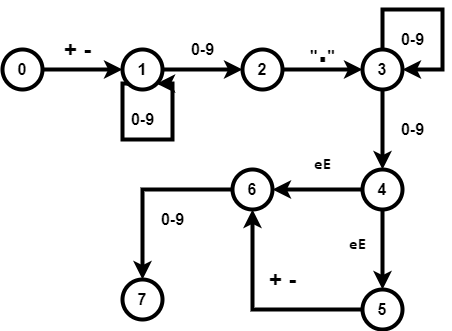
The draw.io diagram Untitled Diagram.png in nikit34/lab_sp4, before a commit. Source tidied: cells renumbered, new cells last; positions are measured from the earlier drawing's top-left corner, leaving out a move shared by most shapes. Source of this version:
```xml
<mxGraphModel>
  <root>
    <mxCell id="0" />
    <mxCell id="1" parent="0" />
    <mxCell id="2" style="edgeStyle=orthogonalEdgeStyle;rounded=0;jettySize=auto;html=1;strokeWidth=4;" parent="1" edge="1" source="3" target="5">
      <mxGeometry relative="1" as="geometry" />
    </mxCell>
    <mxCell id="3" value="&lt;font style=&quot;font-size: 16px&quot;&gt;&lt;b&gt;0&lt;/b&gt;&lt;/font&gt;" style="ellipse;whiteSpace=wrap;html=1;strokeWidth=4;" parent="1" vertex="1">
      <mxGeometry y="40" width="40" height="40" as="geometry" />
    </mxCell>
    <mxCell id="4" style="edgeStyle=orthogonalEdgeStyle;rounded=0;jettySize=auto;html=1;strokeWidth=4;" parent="1" edge="1" source="5" target="7">
      <mxGeometry relative="1" as="geometry" />
    </mxCell>
    <mxCell id="5" value="&lt;b&gt;&lt;font style=&quot;font-size: 17px&quot;&gt;1&lt;/font&gt;&lt;/b&gt;" style="ellipse;whiteSpace=wrap;html=1;strokeWidth=4;" parent="1" vertex="1">
      <mxGeometry x="120" y="40" width="40" height="40" as="geometry" />
    </mxCell>
    <mxCell id="6" style="edgeStyle=orthogonalEdgeStyle;rounded=0;jettySize=auto;html=1;strokeWidth=4;" parent="1" edge="1" source="7" target="9">
      <mxGeometry relative="1" as="geometry" />
    </mxCell>
    <mxCell id="7" value="&lt;font style=&quot;font-size: 16px&quot;&gt;&lt;b&gt;2&lt;/b&gt;&lt;/font&gt;" style="ellipse;whiteSpace=wrap;html=1;strokeWidth=4;" parent="1" vertex="1">
      <mxGeometry x="240" y="40" width="40" height="40" as="geometry" />
    </mxCell>
    <mxCell id="8" style="edgeStyle=orthogonalEdgeStyle;rounded=0;jettySize=auto;html=1;strokeWidth=4;" parent="1" edge="1" source="9">
      <mxGeometry relative="1" as="geometry">
        <mxPoint x="380" y="160" as="targetPoint" />
      </mxGeometry>
    </mxCell>
    <mxCell id="9" value="&lt;b style=&quot;font-size: 16px&quot;&gt;3&lt;/b&gt;" style="ellipse;whiteSpace=wrap;html=1;strokeWidth=4;" parent="1" vertex="1">
      <mxGeometry x="360" y="40" width="40" height="40" as="geometry" />
    </mxCell>
    <mxCell id="10" value="&lt;b&gt;&lt;font style=&quot;font-size: 23px&quot;&gt;+ -&lt;/font&gt;&lt;/b&gt;" style="text;html=1;align=center;verticalAlign=middle;" parent="1" vertex="1">
      <mxGeometry x="55" y="30" width="40" height="20" as="geometry" />
    </mxCell>
    <mxCell id="11" style="edgeStyle=orthogonalEdgeStyle;rounded=0;orthogonalLoop=1;jettySize=auto;html=1;exitX=0;exitY=1;exitDx=0;exitDy=0;strokeWidth=4;entryX=1;entryY=1;entryDx=0;entryDy=0;" parent="1" edge="1" source="5" target="5">
      <mxGeometry relative="1" as="geometry">
        <Array as="points">
          <mxPoint x="120" y="74" />
          <mxPoint x="120" y="130" />
          <mxPoint x="170" y="130" />
          <mxPoint x="170" y="74" />
        </Array>
      </mxGeometry>
    </mxCell>
    <mxCell id="12" value="&lt;b&gt;&lt;font style=&quot;font-size: 16px&quot;&gt;0-9&lt;/font&gt;&lt;/b&gt;" style="text;html=1;align=center;verticalAlign=middle;" parent="1" vertex="1">
      <mxGeometry x="120" y="100" width="40" height="20" as="geometry" />
    </mxCell>
    <mxCell id="13" value="&lt;b&gt;&lt;font style=&quot;font-size: 16px&quot;&gt;0-9&lt;/font&gt;&lt;/b&gt;" style="text;html=1;align=center;verticalAlign=middle;" parent="1" vertex="1">
      <mxGeometry x="180" y="30" width="40" height="20" as="geometry" />
    </mxCell>
    <mxCell id="14" value="&lt;b&gt;&lt;font style=&quot;font-size: 16px&quot;&gt;&quot;&lt;/font&gt;&lt;font style=&quot;font-size: 35px&quot;&gt;.&lt;/font&gt;&lt;font style=&quot;font-size: 16px&quot;&gt;&quot;&lt;/font&gt;&lt;/b&gt;" style="text;html=1;align=center;verticalAlign=middle;" parent="1" vertex="1">
      <mxGeometry x="300" y="25" width="40" height="30" as="geometry" />
    </mxCell>
    <mxCell id="15" style="edgeStyle=orthogonalEdgeStyle;rounded=0;jettySize=auto;html=1;strokeWidth=4;" parent="1" edge="1" source="17">
      <mxGeometry relative="1" as="geometry">
        <mxPoint x="270" y="180" as="targetPoint" />
      </mxGeometry>
    </mxCell>
    <mxCell id="16" style="edgeStyle=orthogonalEdgeStyle;rounded=0;jettySize=auto;html=1;exitX=0.5;exitY=1;exitDx=0;exitDy=0;strokeWidth=4;" parent="1" edge="1" source="17">
      <mxGeometry relative="1" as="geometry">
        <mxPoint x="380" y="280" as="targetPoint" />
      </mxGeometry>
    </mxCell>
    <mxCell id="17" value="&lt;span style=&quot;font-size: 16px&quot;&gt;&lt;b&gt;4&lt;/b&gt;&lt;/span&gt;" style="ellipse;whiteSpace=wrap;html=1;strokeWidth=4;" parent="1" vertex="1">
      <mxGeometry x="360" y="160" width="40" height="40" as="geometry" />
    </mxCell>
    <mxCell id="18" style="edgeStyle=orthogonalEdgeStyle;rounded=0;orthogonalLoop=1;jettySize=auto;html=1;exitX=0.5;exitY=0;exitDx=0;exitDy=0;entryX=1;entryY=0.5;entryDx=0;entryDy=0;strokeWidth=4;" parent="1" edge="1" source="9" target="9">
      <mxGeometry relative="1" as="geometry">
        <Array as="points">
          <mxPoint x="380" />
          <mxPoint x="440" />
          <mxPoint x="440" y="60" />
        </Array>
      </mxGeometry>
    </mxCell>
    <mxCell id="19" value="&lt;font style=&quot;font-size: 16px&quot;&gt;&lt;b&gt;0-9&lt;/b&gt;&lt;/font&gt;" style="text;html=1;align=center;verticalAlign=middle;" parent="1" vertex="1">
      <mxGeometry x="390" y="20" width="40" height="20" as="geometry" />
    </mxCell>
    <mxCell id="20" value="&lt;font style=&quot;font-size: 16px&quot;&gt;&lt;b&gt;0-9&lt;/b&gt;&lt;/font&gt;" style="text;html=1;align=center;verticalAlign=middle;" parent="1" vertex="1">
      <mxGeometry x="390" y="110" width="40" height="20" as="geometry" />
    </mxCell>
    <mxCell id="21" style="edgeStyle=orthogonalEdgeStyle;rounded=0;jettySize=auto;html=1;strokeWidth=4;shadow=0;sketch=0;exitX=0;exitY=0.5;exitDx=0;exitDy=0;entryX=0.5;entryY=1;entryDx=0;entryDy=0;" parent="1" edge="1" source="24" target="23">
      <mxGeometry relative="1" as="geometry" />
    </mxCell>
    <mxCell id="22" style="edgeStyle=orthogonalEdgeStyle;rounded=0;sketch=0;jettySize=auto;html=1;exitX=0;exitY=0.5;exitDx=0;exitDy=0;shadow=0;strokeWidth=4;entryX=0.5;entryY=0;entryDx=0;entryDy=0;" parent="1" edge="1" source="23" target="27">
      <mxGeometry relative="1" as="geometry" />
    </mxCell>
    <mxCell id="23" value="&lt;span style=&quot;font-size: 16px&quot;&gt;&lt;b&gt;6&lt;/b&gt;&lt;/span&gt;" style="ellipse;whiteSpace=wrap;html=1;strokeWidth=4;" parent="1" vertex="1">
      <mxGeometry x="230" y="160" width="40" height="40" as="geometry" />
    </mxCell>
    <mxCell id="24" value="&lt;span style=&quot;font-size: 16px&quot;&gt;&lt;b&gt;5&lt;/b&gt;&lt;/span&gt;" style="ellipse;whiteSpace=wrap;html=1;strokeWidth=4;" parent="1" vertex="1">
      <mxGeometry x="360" y="280" width="40" height="40" as="geometry" />
    </mxCell>
    <mxCell id="25" value="&lt;div style=&quot;background-color: rgb(255 , 255 , 255) ; font-family: &amp;#34;consolas&amp;#34; , &amp;#34;courier new&amp;#34; , monospace ; line-height: 19px&quot;&gt;&lt;font style=&quot;font-size: 16px&quot;&gt;&lt;b&gt;eE&lt;/b&gt;&lt;/font&gt;&lt;/div&gt;" style="text;html=1;align=center;verticalAlign=middle;" parent="1" vertex="1">
      <mxGeometry x="305" y="140" width="30" height="30" as="geometry" />
    </mxCell>
    <mxCell id="26" value="&lt;div style=&quot;background-color: rgb(255 , 255 , 255) ; font-family: &amp;#34;consolas&amp;#34; , &amp;#34;courier new&amp;#34; , monospace ; line-height: 19px&quot;&gt;&lt;font style=&quot;font-size: 16px&quot;&gt;&lt;b&gt;eE&lt;/b&gt;&lt;/font&gt;&lt;/div&gt;" style="text;html=1;align=center;verticalAlign=middle;" parent="1" vertex="1">
      <mxGeometry x="340" y="220" width="30" height="30" as="geometry" />
    </mxCell>
    <mxCell id="27" value="&lt;span style=&quot;font-size: 16px&quot;&gt;&lt;b&gt;7&lt;br&gt;&lt;/b&gt;&lt;/span&gt;" style="ellipse;whiteSpace=wrap;html=1;strokeWidth=4;" parent="1" vertex="1">
      <mxGeometry x="120" y="270" width="40" height="40" as="geometry" />
    </mxCell>
    <mxCell id="28" value="&lt;font style=&quot;font-size: 16px&quot;&gt;&lt;b&gt;0-9&lt;/b&gt;&lt;/font&gt;" style="text;html=1;align=center;verticalAlign=middle;" parent="1" vertex="1">
      <mxGeometry x="150" y="200" width="40" height="20" as="geometry" />
    </mxCell>
    <mxCell id="29" value="&lt;b&gt;&lt;font style=&quot;font-size: 23px&quot;&gt;+ -&lt;/font&gt;&lt;/b&gt;" style="text;html=1;align=center;verticalAlign=middle;" parent="1" vertex="1">
      <mxGeometry x="260" y="260" width="40" height="20" as="geometry" />
    </mxCell>
  </root>
</mxGraphModel>
```
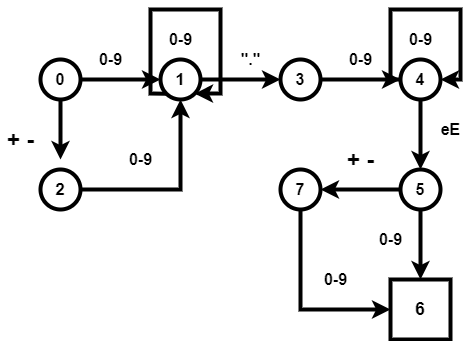
Above is the later version.

What changed in the source:
```diff
@@ -5,6 +5,11 @@
     <mxCell id="2" style="edgeStyle=orthogonalEdgeStyle;rounded=0;jettySize=auto;html=1;strokeWidth=4;" parent="1" edge="1" source="3" target="5">
       <mxGeometry relative="1" as="geometry" />
     </mxCell>
+    <mxCell id="30" style="edgeStyle=orthogonalEdgeStyle;rounded=0;jettySize=auto;html=1;strokeWidth=4;" parent="1" edge="1" source="3">
+      <mxGeometry relative="1" as="geometry">
+        <mxPoint x="20" y="140" as="targetPoint" />
+      </mxGeometry>
+    </mxCell>
     <mxCell id="3" value="&lt;font style=&quot;font-size: 16px&quot;&gt;&lt;b&gt;0&lt;/b&gt;&lt;/font&gt;" style="ellipse;whiteSpace=wrap;html=1;strokeWidth=4;" parent="1" vertex="1">
       <mxGeometry y="40" width="40" height="40" as="geometry" />
     </mxCell>
@@ -17,93 +22,95 @@
     <mxCell id="6" style="edgeStyle=orthogonalEdgeStyle;rounded=0;jettySize=auto;html=1;strokeWidth=4;" parent="1" edge="1" source="7" target="9">
       <mxGeometry relative="1" as="geometry" />
     </mxCell>
-    <mxCell id="7" value="&lt;font style=&quot;font-size: 16px&quot;&gt;&lt;b&gt;2&lt;/b&gt;&lt;/font&gt;" style="ellipse;whiteSpace=wrap;html=1;strokeWidth=4;" parent="1" vertex="1">
+    <mxCell id="7" value="&lt;font style=&quot;font-size: 16px&quot;&gt;&lt;b&gt;3&lt;/b&gt;&lt;/font&gt;" style="ellipse;whiteSpace=wrap;html=1;strokeWidth=4;" parent="1" vertex="1">
       <mxGeometry x="240" y="40" width="40" height="40" as="geometry" />
     </mxCell>
-    <mxCell id="8" style="edgeStyle=orthogonalEdgeStyle;rounded=0;jettySize=auto;html=1;strokeWidth=4;" parent="1" edge="1" source="9">
-      <mxGeometry relative="1" as="geometry">
-        <mxPoint x="380" y="160" as="targetPoint" />
-      </mxGeometry>
-    </mxCell>
+    <mxCell id="31" style="edgeStyle=orthogonalEdgeStyle;rounded=0;jettySize=auto;html=1;strokeWidth=4;entryX=0.5;entryY=0;entryDx=0;entryDy=0;" parent="1" edge="1" source="9" target="24">
+      <mxGeometry relative="1" as="geometry" />
+    </mxCell>
-    <mxCell id="9" value="&lt;b style=&quot;font-size: 16px&quot;&gt;3&lt;/b&gt;" style="ellipse;whiteSpace=wrap;html=1;strokeWidth=4;" parent="1" vertex="1">
+    <mxCell id="9" value="&lt;b style=&quot;font-size: 16px&quot;&gt;4&lt;/b&gt;" style="ellipse;whiteSpace=wrap;html=1;strokeWidth=4;" parent="1" vertex="1">
       <mxGeometry x="360" y="40" width="40" height="40" as="geometry" />
     </mxCell>
     <mxCell id="10" value="&lt;b&gt;&lt;font style=&quot;font-size: 23px&quot;&gt;+ -&lt;/font&gt;&lt;/b&gt;" style="text;html=1;align=center;verticalAlign=middle;" parent="1" vertex="1">
-      <mxGeometry x="55" y="30" width="40" height="20" as="geometry" />
+      <mxGeometry x="-40" y="110" width="40" height="20" as="geometry" />
     </mxCell>
     <mxCell id="11" style="edgeStyle=orthogonalEdgeStyle;rounded=0;orthogonalLoop=1;jettySize=auto;html=1;exitX=0;exitY=1;exitDx=0;exitDy=0;strokeWidth=4;entryX=1;entryY=1;entryDx=0;entryDy=0;" parent="1" edge="1" source="5" target="5">
       <mxGeometry relative="1" as="geometry">
         <Array as="points">
-          <mxPoint x="120" y="74" />
-          <mxPoint x="120" y="130" />
-          <mxPoint x="170" y="130" />
-          <mxPoint x="170" y="74" />
+          <mxPoint x="110" y="74" />
+          <mxPoint x="110" y="-10" />
+          <mxPoint x="180" y="-10" />
+          <mxPoint x="180" y="74" />
         </Array>
       </mxGeometry>
     </mxCell>
     <mxCell id="12" value="&lt;b&gt;&lt;font style=&quot;font-size: 16px&quot;&gt;0-9&lt;/font&gt;&lt;/b&gt;" style="text;html=1;align=center;verticalAlign=middle;" parent="1" vertex="1">
-      <mxGeometry x="120" y="100" width="40" height="20" as="geometry" />
+      <mxGeometry x="120" y="10" width="40" height="20" as="geometry" />
     </mxCell>
-    <mxCell id="13" value="&lt;b&gt;&lt;font style=&quot;font-size: 16px&quot;&gt;0-9&lt;/font&gt;&lt;/b&gt;" style="text;html=1;align=center;verticalAlign=middle;" parent="1" vertex="1">
-      <mxGeometry x="180" y="30" width="40" height="20" as="geometry" />
-    </mxCell>
-    <mxCell id="14" value="&lt;b&gt;&lt;font style=&quot;font-size: 16px&quot;&gt;&quot;&lt;/font&gt;&lt;font style=&quot;font-size: 35px&quot;&gt;.&lt;/font&gt;&lt;font style=&quot;font-size: 16px&quot;&gt;&quot;&lt;/font&gt;&lt;/b&gt;" style="text;html=1;align=center;verticalAlign=middle;" parent="1" vertex="1">
-      <mxGeometry x="300" y="25" width="40" height="30" as="geometry" />
+    <mxCell id="14" value="&lt;b&gt;&lt;font style=&quot;font-size: 16px&quot;&gt;&quot;.&quot;&lt;/font&gt;&lt;/b&gt;" style="text;html=1;align=center;verticalAlign=middle;" parent="1" vertex="1">
+      <mxGeometry x="190" y="30" width="40" height="20" as="geometry" />
     </mxCell>
-    <mxCell id="15" style="edgeStyle=orthogonalEdgeStyle;rounded=0;jettySize=auto;html=1;strokeWidth=4;" parent="1" edge="1" source="17">
-      <mxGeometry relative="1" as="geometry">
-        <mxPoint x="270" y="180" as="targetPoint" />
-      </mxGeometry>
-    </mxCell>
-    <mxCell id="16" style="edgeStyle=orthogonalEdgeStyle;rounded=0;jettySize=auto;html=1;exitX=0.5;exitY=1;exitDx=0;exitDy=0;strokeWidth=4;" parent="1" edge="1" source="17">
-      <mxGeometry relative="1" as="geometry">
-        <mxPoint x="380" y="280" as="targetPoint" />
-      </mxGeometry>
-    </mxCell>
-    <mxCell id="17" value="&lt;span style=&quot;font-size: 16px&quot;&gt;&lt;b&gt;4&lt;/b&gt;&lt;/span&gt;" style="ellipse;whiteSpace=wrap;html=1;strokeWidth=4;" parent="1" vertex="1">
-      <mxGeometry x="360" y="160" width="40" height="40" as="geometry" />
-    </mxCell>
+    <mxCell id="32" style="edgeStyle=orthogonalEdgeStyle;rounded=0;jettySize=auto;html=1;entryX=0.5;entryY=1;entryDx=0;entryDy=0;strokeWidth=4;" parent="1" edge="1" source="33" target="5">
+      <mxGeometry relative="1" as="geometry" />
+    </mxCell>
+    <mxCell id="33" value="&lt;b&gt;&lt;font style=&quot;font-size: 17px&quot;&gt;2&lt;/font&gt;&lt;/b&gt;" style="ellipse;whiteSpace=wrap;html=1;strokeWidth=4;" parent="1" vertex="1">
+      <mxGeometry y="150" width="40" height="40" as="geometry" />
+    </mxCell>
+    <mxCell id="34" value="&lt;b&gt;&lt;font style=&quot;font-size: 16px&quot;&gt;0-9&lt;/font&gt;&lt;/b&gt;" style="text;html=1;align=center;verticalAlign=middle;" parent="1" vertex="1">
+      <mxGeometry x="50" y="30" width="40" height="20" as="geometry" />
+    </mxCell>
+    <mxCell id="35" value="&lt;b&gt;&lt;font style=&quot;font-size: 16px&quot;&gt;0-9&lt;/font&gt;&lt;/b&gt;" style="text;html=1;align=center;verticalAlign=middle;" parent="1" vertex="1">
+      <mxGeometry x="80" y="130" width="40" height="20" as="geometry" />
+    </mxCell>
+    <mxCell id="36" value="&lt;b&gt;&lt;font style=&quot;font-size: 16px&quot;&gt;0-9&lt;/font&gt;&lt;/b&gt;" style="text;html=1;align=center;verticalAlign=middle;" parent="1" vertex="1">
+      <mxGeometry x="300" y="30" width="40" height="20" as="geometry" />
+    </mxCell>
-    <mxCell id="18" style="edgeStyle=orthogonalEdgeStyle;rounded=0;orthogonalLoop=1;jettySize=auto;html=1;exitX=0.5;exitY=0;exitDx=0;exitDy=0;entryX=1;entryY=0.5;entryDx=0;entryDy=0;strokeWidth=4;" parent="1" edge="1" source="9" target="9">
+    <mxCell id="18" style="edgeStyle=orthogonalEdgeStyle;rounded=0;orthogonalLoop=1;jettySize=auto;html=1;entryX=1;entryY=0.5;entryDx=0;entryDy=0;strokeWidth=4;" parent="1" edge="1" source="9" target="9">
       <mxGeometry relative="1" as="geometry">
         <Array as="points">
-          <mxPoint x="380" />
-          <mxPoint x="440" />
-          <mxPoint x="440" y="60" />
+          <mxPoint x="350" y="60" />
+          <mxPoint x="350" y="-10" />
+          <mxPoint x="420" y="-10" />
+          <mxPoint x="420" y="60" />
         </Array>
       </mxGeometry>
     </mxCell>
-    <mxCell id="19" value="&lt;font style=&quot;font-size: 16px&quot;&gt;&lt;b&gt;0-9&lt;/b&gt;&lt;/font&gt;" style="text;html=1;align=center;verticalAlign=middle;" parent="1" vertex="1">
-      <mxGeometry x="390" y="20" width="40" height="20" as="geometry" />
-    </mxCell>
-    <mxCell id="20" value="&lt;font style=&quot;font-size: 16px&quot;&gt;&lt;b&gt;0-9&lt;/b&gt;&lt;/font&gt;" style="text;html=1;align=center;verticalAlign=middle;" parent="1" vertex="1">
-      <mxGeometry x="390" y="110" width="40" height="20" as="geometry" />
-    </mxCell>
-    <mxCell id="21" style="edgeStyle=orthogonalEdgeStyle;rounded=0;jettySize=auto;html=1;strokeWidth=4;shadow=0;sketch=0;exitX=0;exitY=0.5;exitDx=0;exitDy=0;entryX=0.5;entryY=1;entryDx=0;entryDy=0;" parent="1" edge="1" source="24" target="23">
-      <mxGeometry relative="1" as="geometry" />
-    </mxCell>
-    <mxCell id="22" style="edgeStyle=orthogonalEdgeStyle;rounded=0;sketch=0;jettySize=auto;html=1;exitX=0;exitY=0.5;exitDx=0;exitDy=0;shadow=0;strokeWidth=4;entryX=0.5;entryY=0;entryDx=0;entryDy=0;" parent="1" edge="1" source="23" target="27">
-      <mxGeometry relative="1" as="geometry" />
-    </mxCell>
+    <mxCell id="37" value="&lt;b&gt;&lt;font style=&quot;font-size: 16px&quot;&gt;0-9&lt;/font&gt;&lt;/b&gt;" style="text;html=1;align=center;verticalAlign=middle;" parent="1" vertex="1">
+      <mxGeometry x="360" y="10" width="40" height="20" as="geometry" />
+    </mxCell>
+    <mxCell id="38" style="edgeStyle=orthogonalEdgeStyle;rounded=0;jettySize=auto;html=1;exitX=0;exitY=0.5;exitDx=0;exitDy=0;strokeWidth=4;" parent="1" edge="1" source="24">
+      <mxGeometry relative="1" as="geometry">
+        <mxPoint x="280" y="170" as="targetPoint" />
+      </mxGeometry>
+    </mxCell>
+    <mxCell id="39" style="edgeStyle=orthogonalEdgeStyle;rounded=0;jettySize=auto;html=1;strokeWidth=4;" parent="1" edge="1" source="24">
+      <mxGeometry relative="1" as="geometry">
+        <mxPoint x="380" y="260" as="targetPoint" />
+      </mxGeometry>
+    </mxCell>
+    <mxCell id="24" value="&lt;b style=&quot;font-size: 16px&quot;&gt;5&lt;/b&gt;" style="ellipse;whiteSpace=wrap;html=1;strokeWidth=4;" parent="1" vertex="1">
+      <mxGeometry x="360" y="150" width="40" height="40" as="geometry" />
+    </mxCell>
+    <mxCell id="40" value="&lt;b&gt;&lt;font style=&quot;font-size: 16px&quot;&gt;eE&lt;/font&gt;&lt;/b&gt;" style="text;html=1;align=center;verticalAlign=middle;" parent="1" vertex="1">
+      <mxGeometry x="395" y="100" width="30" height="20" as="geometry" />
+    </mxCell>
+    <mxCell id="41" style="edgeStyle=orthogonalEdgeStyle;rounded=0;jettySize=auto;html=1;exitX=0.5;exitY=1;exitDx=0;exitDy=0;entryX=0;entryY=0.5;entryDx=0;entryDy=0;strokeWidth=4;" parent="1" edge="1" source="27" target="23">
+      <mxGeometry relative="1" as="geometry" />
+    </mxCell>
+    <mxCell id="27" value="&lt;b style=&quot;font-size: 16px&quot;&gt;7&lt;/b&gt;" style="ellipse;whiteSpace=wrap;html=1;strokeWidth=4;" parent="1" vertex="1">
+      <mxGeometry x="240" y="150" width="40" height="40" as="geometry" />
+    </mxCell>
+    <mxCell id="42" value="&lt;b&gt;&lt;font style=&quot;font-size: 16px&quot;&gt;0-9&lt;/font&gt;&lt;/b&gt;" style="text;html=1;align=center;verticalAlign=middle;" parent="1" vertex="1">
+      <mxGeometry x="330" y="210" width="40" height="20" as="geometry" />
+    </mxCell>
-    <mxCell id="23" value="&lt;span style=&quot;font-size: 16px&quot;&gt;&lt;b&gt;6&lt;/b&gt;&lt;/span&gt;" style="ellipse;whiteSpace=wrap;html=1;strokeWidth=4;" parent="1" vertex="1">
-      <mxGeometry x="230" y="160" width="40" height="40" as="geometry" />
+    <mxCell id="23" value="&lt;font size=&quot;1&quot;&gt;&lt;b style=&quot;font-size: 18px&quot;&gt;6&lt;/b&gt;&lt;/font&gt;" style="whiteSpace=wrap;html=1;strokeWidth=4;" parent="1" vertex="1">
+      <mxGeometry x="350" y="260" width="60" height="60" as="geometry" />
     </mxCell>
-    <mxCell id="24" value="&lt;span style=&quot;font-size: 16px&quot;&gt;&lt;b&gt;5&lt;/b&gt;&lt;/span&gt;" style="ellipse;whiteSpace=wrap;html=1;strokeWidth=4;" parent="1" vertex="1">
-      <mxGeometry x="360" y="280" width="40" height="40" as="geometry" />
-    </mxCell>
-    <mxCell id="25" value="&lt;div style=&quot;background-color: rgb(255 , 255 , 255) ; font-family: &amp;#34;consolas&amp;#34; , &amp;#34;courier new&amp;#34; , monospace ; line-height: 19px&quot;&gt;&lt;font style=&quot;font-size: 16px&quot;&gt;&lt;b&gt;eE&lt;/b&gt;&lt;/font&gt;&lt;/div&gt;" style="text;html=1;align=center;verticalAlign=middle;" parent="1" vertex="1">
-      <mxGeometry x="305" y="140" width="30" height="30" as="geometry" />
-    </mxCell>
-    <mxCell id="26" value="&lt;div style=&quot;background-color: rgb(255 , 255 , 255) ; font-family: &amp;#34;consolas&amp;#34; , &amp;#34;courier new&amp;#34; , monospace ; line-height: 19px&quot;&gt;&lt;font style=&quot;font-size: 16px&quot;&gt;&lt;b&gt;eE&lt;/b&gt;&lt;/font&gt;&lt;/div&gt;" style="text;html=1;align=center;verticalAlign=middle;" parent="1" vertex="1">
-      <mxGeometry x="340" y="220" width="30" height="30" as="geometry" />
-    </mxCell>
-    <mxCell id="27" value="&lt;span style=&quot;font-size: 16px&quot;&gt;&lt;b&gt;7&lt;br&gt;&lt;/b&gt;&lt;/span&gt;" style="ellipse;whiteSpace=wrap;html=1;strokeWidth=4;" parent="1" vertex="1">
-      <mxGeometry x="120" y="270" width="40" height="40" as="geometry" />
-    </mxCell>
-    <mxCell id="28" value="&lt;font style=&quot;font-size: 16px&quot;&gt;&lt;b&gt;0-9&lt;/b&gt;&lt;/font&gt;" style="text;html=1;align=center;verticalAlign=middle;" parent="1" vertex="1">
-      <mxGeometry x="150" y="200" width="40" height="20" as="geometry" />
-    </mxCell>
+    <mxCell id="43" value="&lt;b&gt;&lt;font style=&quot;font-size: 16px&quot;&gt;0-9&lt;/font&gt;&lt;/b&gt;" style="text;html=1;align=center;verticalAlign=middle;" parent="1" vertex="1">
+      <mxGeometry x="275" y="250" width="40" height="20" as="geometry" />
+    </mxCell>
     <mxCell id="29" value="&lt;b&gt;&lt;font style=&quot;font-size: 23px&quot;&gt;+ -&lt;/font&gt;&lt;/b&gt;" style="text;html=1;align=center;verticalAlign=middle;" parent="1" vertex="1">
-      <mxGeometry x="260" y="260" width="40" height="20" as="geometry" />
+      <mxGeometry x="300" y="130" width="40" height="20" as="geometry" />
     </mxCell>
   </root>
 </mxGraphModel>
```
